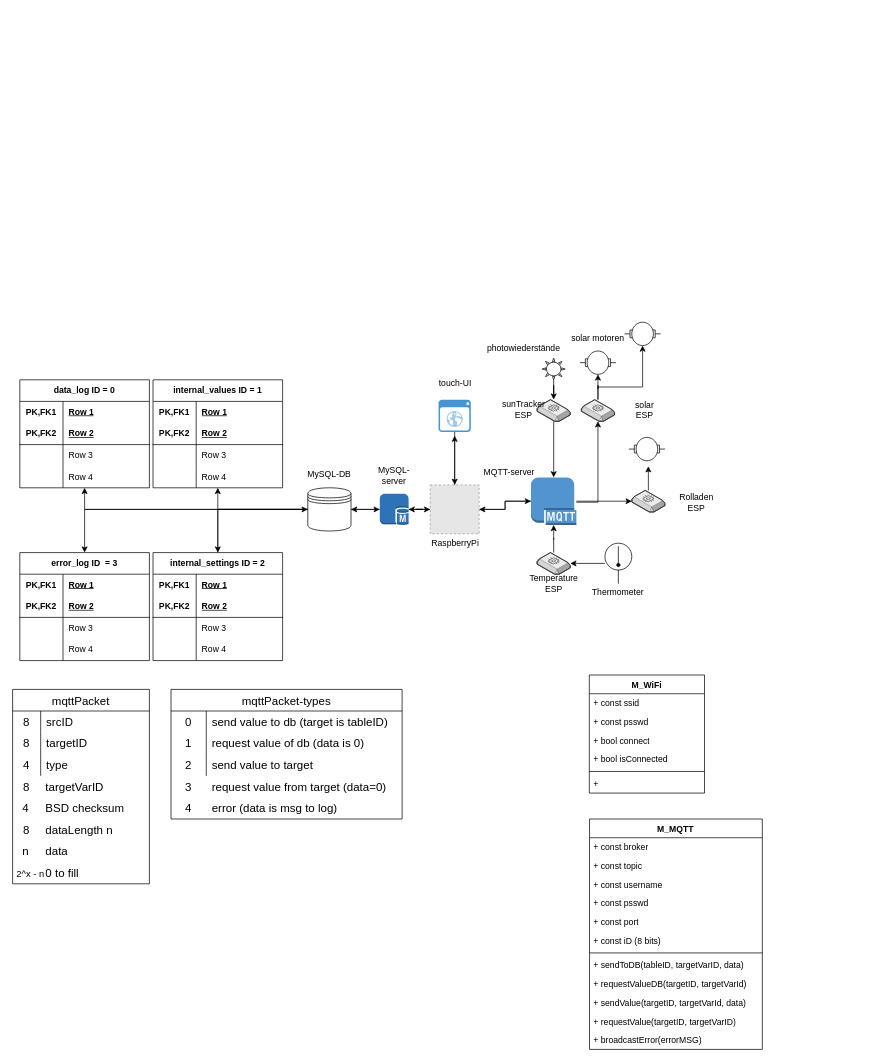
Earlier version of the draw.io diagram doc/NaturwagenConcept.drawio (PaulvOertzen/NaturwagenSystem). Source tidied: cells renumbered, new cells numbered last; positions are measured from the earlier drawing's top-left corner, leaving out a move shared by most shapes. Both pictures are drawn from the tidied source at 72%, with x=0, y=0 at pixel (12, 322). Pictures stored in the file or linked from it are replaced by grey dashed boxes.
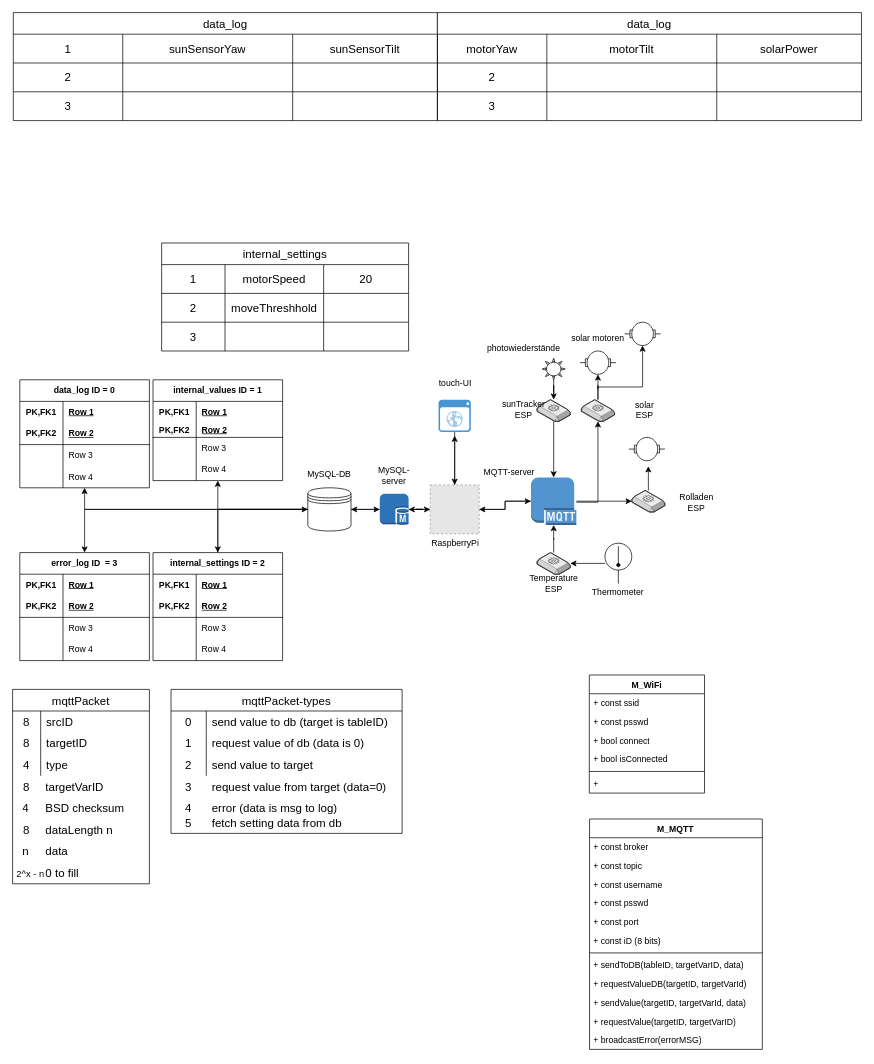
The same page after the edit.

Commit message:
some additions to the drawio sheet

What changed in the source:
```diff
@@
     <mxCell id="50" value="mqttPacket-types" style="shape=table;startSize=30;childLayout=tableLayout;rowLines=0;fontStyle=0;strokeColor=default;fontSize=16;" parent="1" vertex="1">
-      <mxGeometry x="220" y="510" width="321" height="180" as="geometry" />
+      <mxGeometry x="220" y="510" width="321" height="200" as="geometry" />
     </mxCell>
@@
     <mxCell id="64" value="internal_values ID = 1" style="shape=table;startSize=30;childLayout=tableLayout;rowLines=0;fontStyle=1;align=center;html=1;whiteSpace=wrap;" parent="1" vertex="1">
-      <mxGeometry x="195" y="80" width="180" height="150" as="geometry" />
+      <mxGeometry x="195" y="80" width="180" height="140" as="geometry" />
     </mxCell>
@@
     <mxCell id="68" style="shape=tableRow;horizontal=0;startSize=0;swimlaneHead=0;swimlaneBody=0;fillColor=none;top=0;left=0;right=0;bottom=1;html=1;" parent="64" vertex="1">
-      <mxGeometry y="60" width="180" height="30" as="geometry" />
+      <mxGeometry y="60" width="180" height="20" as="geometry" />
     </mxCell>
     <mxCell id="69" value="PK,FK2" style="shape=partialRectangle;fillColor=none;top=0;left=0;bottom=0;right=0;fontStyle=1;overflow=hidden;html=1;whiteSpace=wrap;" parent="68" vertex="1">
-      <mxGeometry width="60" height="30" as="geometry" />
+      <mxGeometry width="60" height="20" as="geometry" />
     </mxCell>
     <mxCell id="70" value="Row 2" style="shape=partialRectangle;fillColor=none;top=0;left=0;bottom=0;right=0;align=left;spacingLeft=6;fontStyle=5;overflow=hidden;html=1;whiteSpace=wrap;" parent="68" vertex="1">
-      <mxGeometry x="60" width="120" height="30" as="geometry" />
+      <mxGeometry x="60" width="120" height="20" as="geometry" />
     </mxCell>
     <mxCell id="71" style="shape=tableRow;horizontal=0;startSize=0;swimlaneHead=0;swimlaneBody=0;fillColor=none;top=0;left=0;right=0;bottom=0;html=1;" parent="64" vertex="1">
-      <mxGeometry y="90" width="180" height="30" as="geometry" />
+      <mxGeometry y="80" width="180" height="30" as="geometry" />
     </mxCell>
@@
     <mxCell id="74" style="shape=tableRow;horizontal=0;startSize=0;swimlaneHead=0;swimlaneBody=0;fillColor=none;top=0;left=0;right=0;bottom=0;html=1;" parent="64" vertex="1">
-      <mxGeometry y="120" width="180" height="30" as="geometry" />
+      <mxGeometry y="110" width="180" height="30" as="geometry" />
     </mxCell>
@@
+    <mxCell id="156" value="internal_settings" style="shape=table;startSize=30;childLayout=tableLayout;strokeColor=default;fontSize=16;" parent="1" vertex="1">
+      <mxGeometry x="207" y="-110" width="343" height="150" as="geometry" />
+    </mxCell>
+    <mxCell id="157" style="shape=tableRow;horizontal=0;startSize=0;swimlaneHead=0;swimlaneBody=0;strokeColor=inherit;top=0;left=0;bottom=0;right=0;fillColor=none;fontSize=16;" parent="156" vertex="1">
+      <mxGeometry y="30" width="343" height="40" as="geometry" />
+    </mxCell>
+    <mxCell id="158" value="1" style="shape=partialRectangle;html=1;whiteSpace=wrap;strokeColor=inherit;overflow=hidden;fillColor=none;top=0;left=0;bottom=0;right=0;fontSize=16;" parent="157" vertex="1">
+      <mxGeometry width="88" height="40" as="geometry" />
+    </mxCell>
+    <mxCell id="159" value="motorSpeed" style="shape=partialRectangle;html=1;whiteSpace=wrap;strokeColor=inherit;overflow=hidden;fillColor=none;top=0;left=0;bottom=0;right=0;fontSize=16;" parent="157" vertex="1">
+      <mxGeometry x="88" width="137" height="40" as="geometry" />
+    </mxCell>
+    <mxCell id="160" value="20" style="shape=partialRectangle;html=1;whiteSpace=wrap;strokeColor=inherit;overflow=hidden;fillColor=none;top=0;left=0;bottom=0;right=0;fontSize=16;" parent="157" vertex="1">
+      <mxGeometry x="225" width="118" height="40" as="geometry" />
+    </mxCell>
+    <mxCell id="161" style="shape=tableRow;horizontal=0;startSize=0;swimlaneHead=0;swimlaneBody=0;strokeColor=inherit;top=0;left=0;bottom=0;right=0;fillColor=none;fontSize=16;" parent="156" vertex="1">
+      <mxGeometry y="70" width="343" height="40" as="geometry" />
+    </mxCell>
+    <mxCell id="162" value="2" style="shape=partialRectangle;html=1;whiteSpace=wrap;strokeColor=inherit;overflow=hidden;fillColor=none;top=0;left=0;bottom=0;right=0;fontSize=16;" parent="161" vertex="1">
+      <mxGeometry width="88" height="40" as="geometry" />
+    </mxCell>
+    <mxCell id="163" value="moveThreshhold" style="shape=partialRectangle;html=1;whiteSpace=wrap;strokeColor=inherit;overflow=hidden;fillColor=none;top=0;left=0;bottom=0;right=0;fontSize=16;" parent="161" vertex="1">
+      <mxGeometry x="88" width="137" height="40" as="geometry" />
+    </mxCell>
+    <mxCell id="164" style="shape=partialRectangle;html=1;whiteSpace=wrap;strokeColor=inherit;overflow=hidden;fillColor=none;top=0;left=0;bottom=0;right=0;fontSize=16;" parent="161" vertex="1">
+      <mxGeometry x="225" width="118" height="40" as="geometry" />
+    </mxCell>
+    <mxCell id="165" style="shape=tableRow;horizontal=0;startSize=0;swimlaneHead=0;swimlaneBody=0;strokeColor=inherit;top=0;left=0;bottom=0;right=0;fillColor=none;fontSize=16;" parent="156" vertex="1">
+      <mxGeometry y="110" width="343" height="40" as="geometry" />
+    </mxCell>
+    <mxCell id="166" value="3" style="shape=partialRectangle;html=1;whiteSpace=wrap;strokeColor=inherit;overflow=hidden;fillColor=none;top=0;left=0;bottom=0;right=0;fontSize=16;" parent="165" vertex="1">
+      <mxGeometry width="88" height="40" as="geometry" />
+    </mxCell>
+    <mxCell id="167" style="shape=partialRectangle;html=1;whiteSpace=wrap;strokeColor=inherit;overflow=hidden;fillColor=none;top=0;left=0;bottom=0;right=0;fontSize=16;" parent="165" vertex="1">
+      <mxGeometry x="88" width="137" height="40" as="geometry" />
+    </mxCell>
+    <mxCell id="168" style="shape=partialRectangle;html=1;whiteSpace=wrap;strokeColor=inherit;overflow=hidden;fillColor=none;top=0;left=0;bottom=0;right=0;fontSize=16;" parent="165" vertex="1">
+      <mxGeometry x="225" width="118" height="40" as="geometry" />
+    </mxCell>
+    <mxCell id="169" value="5" style="shape=partialRectangle;html=1;whiteSpace=wrap;fillColor=none;top=0;left=0;bottom=0;right=0;overflow=hidden;strokeColor=inherit;fontSize=16;" parent="1" vertex="1">
+      <mxGeometry x="220" y="680" width="49" height="30" as="geometry" />
+    </mxCell>
+    <mxCell id="170" value="fetch setting data from db" style="shape=partialRectangle;html=1;whiteSpace=wrap;fillColor=none;top=0;left=0;bottom=0;right=0;align=left;spacingLeft=6;overflow=hidden;strokeColor=inherit;fontSize=16;" parent="1" vertex="1">
+      <mxGeometry x="269" y="680" width="272" height="30" as="geometry" />
+    </mxCell>
+    <mxCell id="171" value="data_log" style="shape=table;startSize=30;childLayout=tableLayout;strokeColor=default;fontSize=16;" parent="1" vertex="1">
+      <mxGeometry x="1" y="-430" width="589" height="150" as="geometry" />
+    </mxCell>
+    <mxCell id="172" style="shape=tableRow;horizontal=0;startSize=0;swimlaneHead=0;swimlaneBody=0;strokeColor=inherit;top=0;left=0;bottom=0;right=0;fillColor=none;fontSize=16;" parent="171" vertex="1">
+      <mxGeometry y="30" width="589" height="40" as="geometry" />
+    </mxCell>
+    <mxCell id="173" value="1" style="shape=partialRectangle;html=1;whiteSpace=wrap;strokeColor=inherit;overflow=hidden;fillColor=none;top=0;left=0;bottom=0;right=0;fontSize=16;" parent="172" vertex="1">
+      <mxGeometry width="152" height="40" as="geometry" />
+    </mxCell>
+    <mxCell id="174" value="sunSensorYaw" style="shape=partialRectangle;html=1;whiteSpace=wrap;strokeColor=inherit;overflow=hidden;fillColor=none;top=0;left=0;bottom=0;right=0;fontSize=16;" parent="172" vertex="1">
+      <mxGeometry x="152" width="236" height="40" as="geometry" />
+    </mxCell>
+    <mxCell id="175" value="sunSensorTilt" style="shape=partialRectangle;html=1;whiteSpace=wrap;strokeColor=inherit;overflow=hidden;fillColor=none;top=0;left=0;bottom=0;right=0;fontSize=16;" parent="172" vertex="1">
+      <mxGeometry x="388" width="201" height="40" as="geometry" />
+    </mxCell>
+    <mxCell id="176" style="shape=tableRow;horizontal=0;startSize=0;swimlaneHead=0;swimlaneBody=0;strokeColor=inherit;top=0;left=0;bottom=0;right=0;fillColor=none;fontSize=16;" parent="171" vertex="1">
+      <mxGeometry y="70" width="589" height="40" as="geometry" />
+    </mxCell>
+    <mxCell id="177" value="2" style="shape=partialRectangle;html=1;whiteSpace=wrap;strokeColor=inherit;overflow=hidden;fillColor=none;top=0;left=0;bottom=0;right=0;fontSize=16;" parent="176" vertex="1">
+      <mxGeometry width="152" height="40" as="geometry" />
+    </mxCell>
+    <mxCell id="178" style="shape=partialRectangle;html=1;whiteSpace=wrap;strokeColor=inherit;overflow=hidden;fillColor=none;top=0;left=0;bottom=0;right=0;fontSize=16;" parent="176" vertex="1">
+      <mxGeometry x="152" width="236" height="40" as="geometry" />
+    </mxCell>
+    <mxCell id="179" style="shape=partialRectangle;html=1;whiteSpace=wrap;strokeColor=inherit;overflow=hidden;fillColor=none;top=0;left=0;bottom=0;right=0;fontSize=16;" parent="176" vertex="1">
+      <mxGeometry x="388" width="201" height="40" as="geometry" />
+    </mxCell>
+    <mxCell id="180" style="shape=tableRow;horizontal=0;startSize=0;swimlaneHead=0;swimlaneBody=0;strokeColor=inherit;top=0;left=0;bottom=0;right=0;fillColor=none;fontSize=16;" parent="171" vertex="1">
+      <mxGeometry y="110" width="589" height="40" as="geometry" />
+    </mxCell>
+    <mxCell id="181" value="3" style="shape=partialRectangle;html=1;whiteSpace=wrap;strokeColor=inherit;overflow=hidden;fillColor=none;top=0;left=0;bottom=0;right=0;fontSize=16;" parent="180" vertex="1">
+      <mxGeometry width="152" height="40" as="geometry" />
+    </mxCell>
+    <mxCell id="182" style="shape=partialRectangle;html=1;whiteSpace=wrap;strokeColor=inherit;overflow=hidden;fillColor=none;top=0;left=0;bottom=0;right=0;fontSize=16;" parent="180" vertex="1">
+      <mxGeometry x="152" width="236" height="40" as="geometry" />
+    </mxCell>
+    <mxCell id="183" style="shape=partialRectangle;html=1;whiteSpace=wrap;strokeColor=inherit;overflow=hidden;fillColor=none;top=0;left=0;bottom=0;right=0;fontSize=16;" parent="180" vertex="1">
+      <mxGeometry x="388" width="201" height="40" as="geometry" />
+    </mxCell>
+    <mxCell id="184" value="data_log" style="shape=table;startSize=30;childLayout=tableLayout;strokeColor=default;fontSize=16;" parent="1" vertex="1">
+      <mxGeometry x="590" y="-430" width="589" height="150" as="geometry" />
+    </mxCell>
+    <mxCell id="185" style="shape=tableRow;horizontal=0;startSize=0;swimlaneHead=0;swimlaneBody=0;strokeColor=inherit;top=0;left=0;bottom=0;right=0;fillColor=none;fontSize=16;" parent="184" vertex="1">
+      <mxGeometry y="30" width="589" height="40" as="geometry" />
+    </mxCell>
+    <mxCell id="186" value="motorYaw" style="shape=partialRectangle;html=1;whiteSpace=wrap;strokeColor=inherit;overflow=hidden;fillColor=none;top=0;left=0;bottom=0;right=0;fontSize=16;" parent="185" vertex="1">
+      <mxGeometry width="152" height="40" as="geometry" />
+    </mxCell>
+    <mxCell id="187" value="motorTilt" style="shape=partialRectangle;html=1;whiteSpace=wrap;strokeColor=inherit;overflow=hidden;fillColor=none;top=0;left=0;bottom=0;right=0;fontSize=16;" parent="185" vertex="1">
+      <mxGeometry x="152" width="236" height="40" as="geometry" />
+    </mxCell>
+    <mxCell id="188" value="solarPower" style="shape=partialRectangle;html=1;whiteSpace=wrap;strokeColor=inherit;overflow=hidden;fillColor=none;top=0;left=0;bottom=0;right=0;fontSize=16;" parent="185" vertex="1">
+      <mxGeometry x="388" width="201" height="40" as="geometry" />
+    </mxCell>
+    <mxCell id="189" style="shape=tableRow;horizontal=0;startSize=0;swimlaneHead=0;swimlaneBody=0;strokeColor=inherit;top=0;left=0;bottom=0;right=0;fillColor=none;fontSize=16;" parent="184" vertex="1">
+      <mxGeometry y="70" width="589" height="40" as="geometry" />
+    </mxCell>
+    <mxCell id="190" value="2" style="shape=partialRectangle;html=1;whiteSpace=wrap;strokeColor=inherit;overflow=hidden;fillColor=none;top=0;left=0;bottom=0;right=0;fontSize=16;" parent="189" vertex="1">
+      <mxGeometry width="152" height="40" as="geometry" />
+    </mxCell>
+    <mxCell id="191" style="shape=partialRectangle;html=1;whiteSpace=wrap;strokeColor=inherit;overflow=hidden;fillColor=none;top=0;left=0;bottom=0;right=0;fontSize=16;" parent="189" vertex="1">
+      <mxGeometry x="152" width="236" height="40" as="geometry" />
+    </mxCell>
+    <mxCell id="192" style="shape=partialRectangle;html=1;whiteSpace=wrap;strokeColor=inherit;overflow=hidden;fillColor=none;top=0;left=0;bottom=0;right=0;fontSize=16;" parent="189" vertex="1">
+      <mxGeometry x="388" width="201" height="40" as="geometry" />
+    </mxCell>
+    <mxCell id="193" style="shape=tableRow;horizontal=0;startSize=0;swimlaneHead=0;swimlaneBody=0;strokeColor=inherit;top=0;left=0;bottom=0;right=0;fillColor=none;fontSize=16;" parent="184" vertex="1">
+      <mxGeometry y="110" width="589" height="40" as="geometry" />
+    </mxCell>
+    <mxCell id="194" value="3" style="shape=partialRectangle;html=1;whiteSpace=wrap;strokeColor=inherit;overflow=hidden;fillColor=none;top=0;left=0;bottom=0;right=0;fontSize=16;" parent="193" vertex="1">
+      <mxGeometry width="152" height="40" as="geometry" />
+    </mxCell>
+    <mxCell id="195" style="shape=partialRectangle;html=1;whiteSpace=wrap;strokeColor=inherit;overflow=hidden;fillColor=none;top=0;left=0;bottom=0;right=0;fontSize=16;" parent="193" vertex="1">
+      <mxGeometry x="152" width="236" height="40" as="geometry" />
+    </mxCell>
+    <mxCell id="196" style="shape=partialRectangle;html=1;whiteSpace=wrap;strokeColor=inherit;overflow=hidden;fillColor=none;top=0;left=0;bottom=0;right=0;fontSize=16;" parent="193" vertex="1">
+      <mxGeometry x="388" width="201" height="40" as="geometry" />
+    </mxCell>
```
